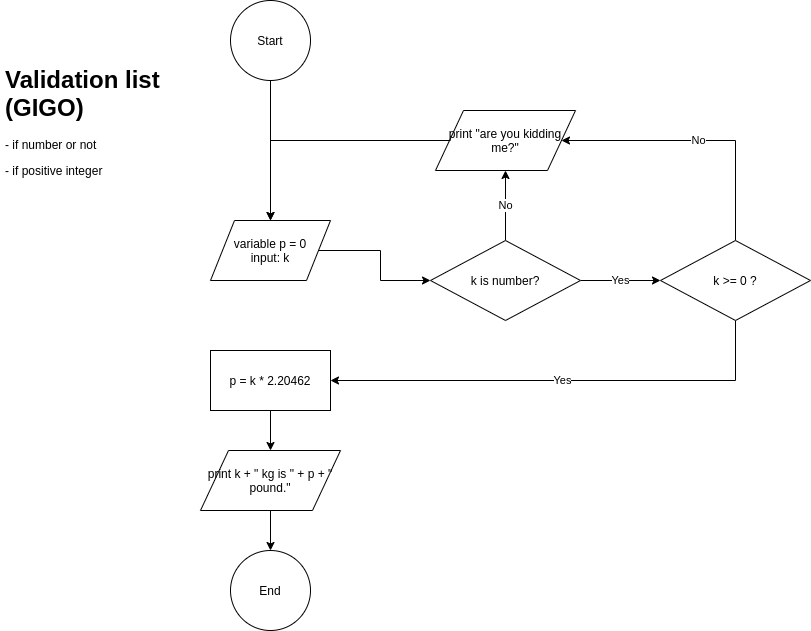
stsiwo/FlowCharts_IRC110 keeps this draw.io diagram as KgToPound.png. Above is the earlier version. Source tidied: cells renumbered, new cells last; positions are measured from the earlier drawing's top-left corner, leaving out a move shared by most shapes.
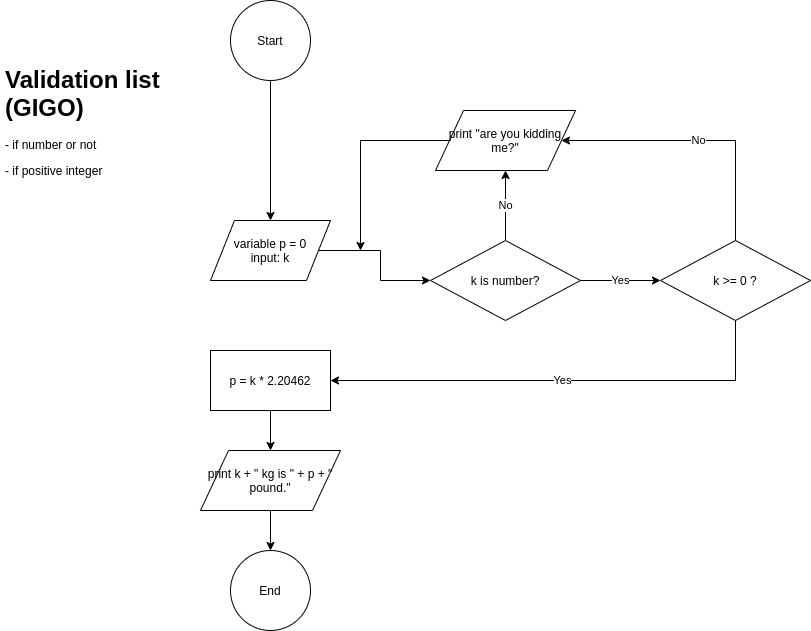
After the commit.

The edit, as a diff of the source:
```diff
@@ -55,8 +55,10 @@
     <mxCell id="16" value="k &amp;gt;= 0 ?" style="rhombus;whiteSpace=wrap;html=1;" parent="1" vertex="1">
       <mxGeometry x="660" y="240" width="150" height="80" as="geometry" />
     </mxCell>
-    <mxCell id="17" style="edgeStyle=orthogonalEdgeStyle;rounded=0;jettySize=auto;html=1;" parent="1" edge="1" source="18" target="5">
-      <mxGeometry relative="1" as="geometry" />
+    <mxCell id="17" style="edgeStyle=orthogonalEdgeStyle;rounded=0;jettySize=auto;html=1;" parent="1" edge="1" source="18">
+      <mxGeometry relative="1" as="geometry">
+        <mxPoint x="360" y="250" as="targetPoint" />
+      </mxGeometry>
     </mxCell>
     <mxCell id="18" value="print &quot;are you kidding me?&quot;" style="shape=parallelogram;perimeter=parallelogramPerimeter;whiteSpace=wrap;html=1;" parent="1" vertex="1">
       <mxGeometry x="435" y="110" width="140" height="60" as="geometry" />
```
